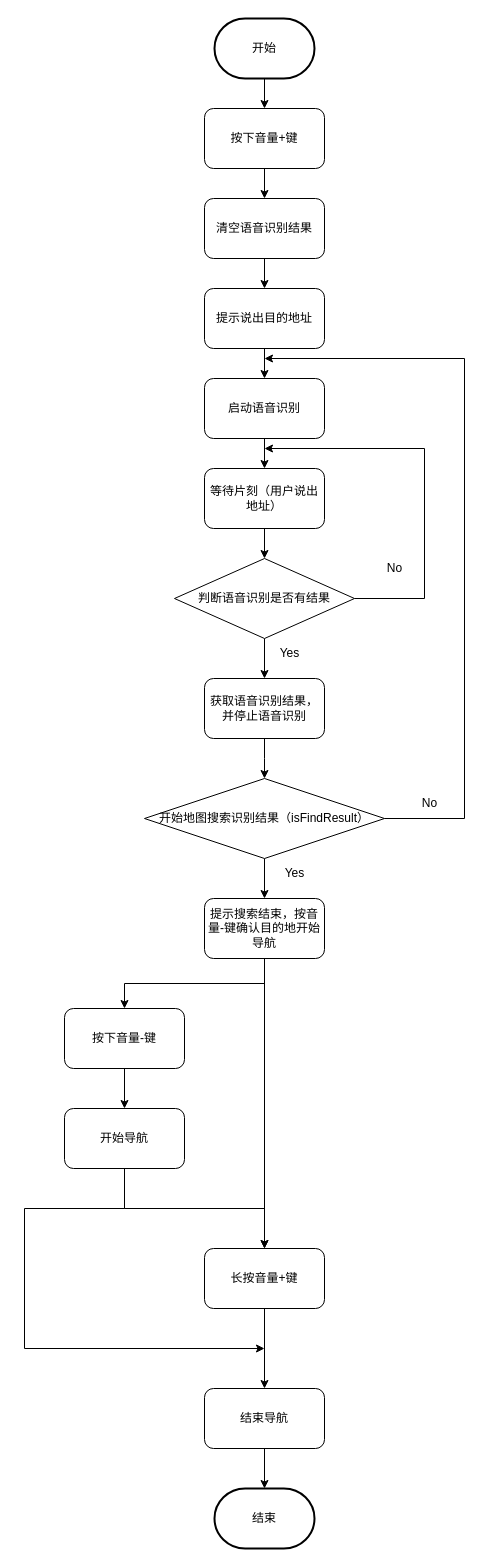
Earlier version of the draw.io diagram 导航逻辑.drawio (yuxibiwin/draw). Source tidied: cells renumbered, new cells numbered last; positions are measured from the earlier drawing's top-left corner, leaving out a move shared by most shapes. Both pictures are drawn from the tidied source at 100%, with x=0, y=0 at pixel (24, 18).
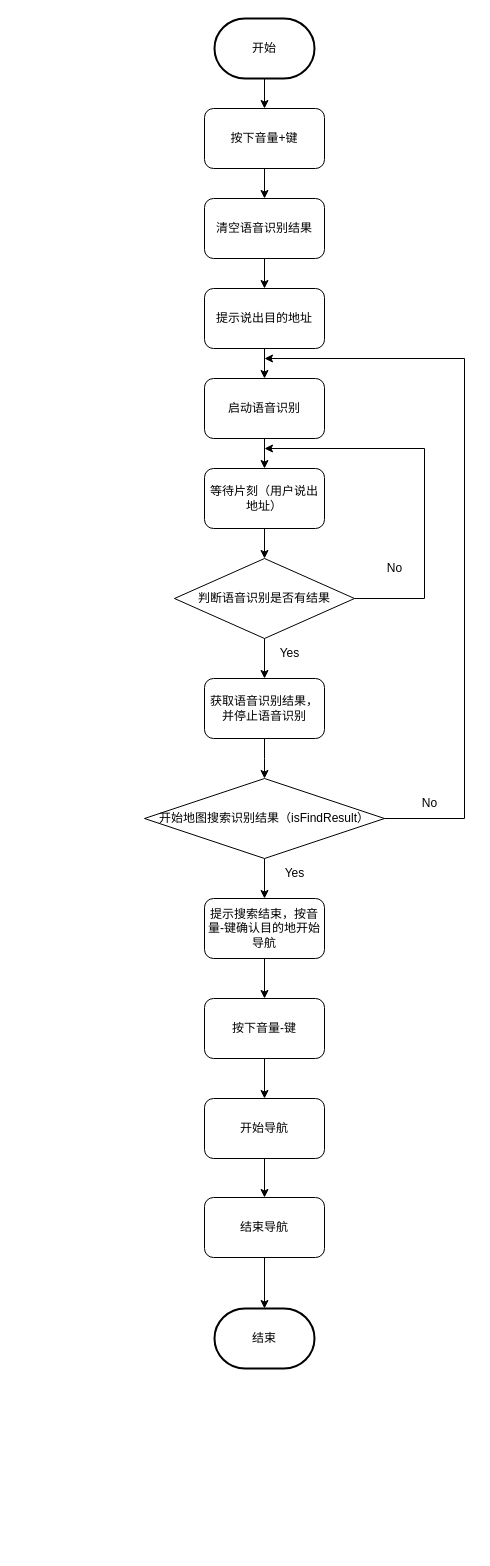
Above is the later version.

Commit message (it also covers changes not shown here):
更新导航逻辑.drawio

Unchanged cells that the change refers to:
```xml
<mxCell id="25" value="提示搜索结束，按音量-键确认目的地开始导航" style="rounded=1;whiteSpace=wrap;html=1;" parent="1" vertex="1">
  <mxGeometry x="180" y="880" width="120" height="60" as="geometry" />
</mxCell>
```

Change to the diagram source:
```diff
@@
     <mxCell id="4" value="结束" style="strokeWidth=2;html=1;shape=mxgraph.flowchart.terminator;whiteSpace=wrap;" parent="1" vertex="1">
-      <mxGeometry x="190" y="1470" width="100" height="60" as="geometry" />
+      <mxGeometry x="190" y="1290" width="100" height="60" as="geometry" />
     </mxCell>
@@
-    <mxCell id="23" style="edgeStyle=orthogonalEdgeStyle;rounded=0;jettySize=auto;html=1;entryX=0.5;entryY=0;entryDx=0;entryDy=0;exitX=0.5;exitY=1;exitDx=0;exitDy=0;" parent="1" edge="1" source="25" target="29">
+    <mxCell id="23" style="edgeStyle=orthogonalEdgeStyle;rounded=0;jettySize=auto;html=1;" parent="1" edge="1" source="25" target="29">
       <mxGeometry relative="1" as="geometry" />
     </mxCell>
-    <mxCell id="24" style="edgeStyle=orthogonalEdgeStyle;rounded=0;jettySize=auto;html=1;entryX=0.5;entryY=0;entryDx=0;entryDy=0;exitX=0.5;exitY=1;exitDx=0;exitDy=0;" parent="1" edge="1" source="25" target="31">
-      <mxGeometry relative="1" as="geometry" />
-    </mxCell>
@@
     <mxCell id="29" value="按下音量-键" style="rounded=1;whiteSpace=wrap;html=1;" parent="1" vertex="1">
-      <mxGeometry x="40" y="990" width="120" height="60" as="geometry" />
+      <mxGeometry x="180" y="980" width="120" height="60" as="geometry" />
     </mxCell>
-    <mxCell id="30" style="edgeStyle=orthogonalEdgeStyle;rounded=0;jettySize=auto;html=1;" parent="1" edge="1" source="31" target="38">
-      <mxGeometry relative="1" as="geometry" />
-    </mxCell>
-    <mxCell id="31" value="长按音量+键" style="rounded=1;whiteSpace=wrap;html=1;" parent="1" vertex="1">
-      <mxGeometry x="180" y="1230" width="120" height="60" as="geometry" />
-    </mxCell>
@@
-    <mxCell id="34" style="edgeStyle=orthogonalEdgeStyle;rounded=0;jettySize=auto;html=1;exitX=0.5;exitY=1;exitDx=0;exitDy=0;entryX=0.5;entryY=0;entryDx=0;entryDy=0;" parent="1" edge="1" source="36" target="31">
-      <mxGeometry relative="1" as="geometry" />
-    </mxCell>
-    <mxCell id="35" style="edgeStyle=orthogonalEdgeStyle;rounded=0;jettySize=auto;html=1;exitX=0.5;exitY=1;exitDx=0;exitDy=0;" parent="1" edge="1" source="36">
-      <mxGeometry relative="1" as="geometry">
-        <mxPoint x="240" y="1330" as="targetPoint" />
-        <Array as="points">
-          <mxPoint x="100" y="1190" />
-          <mxPoint y="1190" />
-          <mxPoint y="1330" />
-        </Array>
-      </mxGeometry>
-    </mxCell>
+    <mxCell id="39" style="edgeStyle=orthogonalEdgeStyle;rounded=0;jettySize=auto;html=1;" parent="1" edge="1" source="36" target="38">
+      <mxGeometry relative="1" as="geometry" />
+    </mxCell>
     <mxCell id="36" value="开始导航" style="rounded=1;whiteSpace=wrap;html=1;" parent="1" vertex="1">
-      <mxGeometry x="40" y="1090" width="120" height="60" as="geometry" />
+      <mxGeometry x="180" y="1080" width="120" height="60" as="geometry" />
     </mxCell>
@@
     <mxCell id="38" value="结束导航" style="rounded=1;whiteSpace=wrap;html=1;" parent="1" vertex="1">
-      <mxGeometry x="180" y="1370" width="120" height="60" as="geometry" />
+      <mxGeometry x="180" y="1179" width="120" height="60" as="geometry" />
     </mxCell>
```
